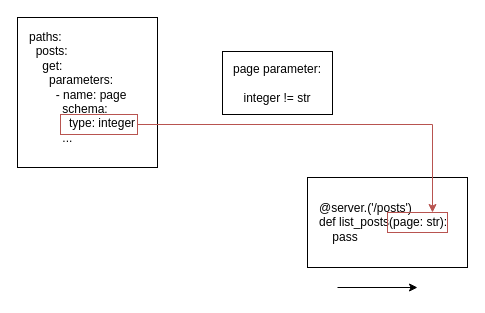
This is page "drift" (1 of 4) of relio.drawio from abunuwas/conferences-images, a draw.io file, before an edit. Source tidied: cells renumbered, new cells numbered last; positions are measured from the earlier drawing's top-left corner, leaving out a move shared by most shapes. Both pictures are drawn from the tidied source at 100%, with x=0, y=0 at pixel (17, 17).
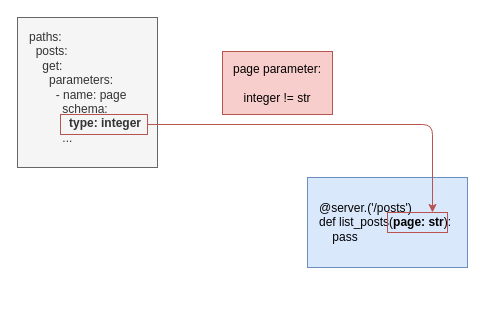
Above is the later version.

Change to the diagram source:
```diff
@@
 <mxGraphModel>
   <root>
     <mxCell id="0" />
     <mxCell id="1" parent="0" />
-    <mxCell id="2" style="rounded=0;whiteSpace=wrap;html=1;" parent="1" vertex="1">
+    <mxCell id="2" style="rounded=0;whiteSpace=wrap;html=1;fillColor=#dae8fc;strokeColor=#6c8ebf;" parent="1" vertex="1">
       <mxGeometry x="290" y="160" width="160" height="90" as="geometry" />
     </mxCell>
-    <mxCell id="3" style="rounded=0;whiteSpace=wrap;html=1;" parent="1" vertex="1">
+    <mxCell id="3" style="rounded=0;whiteSpace=wrap;html=1;fillColor=#f5f5f5;fontColor=#333333;strokeColor=#666666;" parent="1" vertex="1">
       <mxGeometry width="140" height="150" as="geometry" />
     </mxCell>
-    <mxCell id="4" value="@server.('/posts')&lt;br&gt;def list_posts(page: str):&lt;br&gt;&amp;nbsp; &amp;nbsp; pass" style="rounded=0;whiteSpace=wrap;html=1;align=left;strokeColor=none;" parent="1" vertex="1">
+    <mxCell id="4" value="@server.('/posts')&lt;br&gt;def list_posts(&lt;b&gt;page: str&lt;/b&gt;):&lt;br&gt;&amp;nbsp; &amp;nbsp; pass" style="rounded=0;whiteSpace=wrap;html=1;align=left;strokeColor=none;fillColor=#dae8fc;" parent="1" vertex="1">
       <mxGeometry x="300" y="170" width="140" height="70" as="geometry" />
     </mxCell>
-    <mxCell id="5" value="paths:&lt;br&gt;&amp;nbsp; posts:&lt;br&gt;&amp;nbsp; &amp;nbsp; get:&lt;br&gt;&amp;nbsp; &amp;nbsp; &amp;nbsp; parameters:&lt;br&gt;&amp;nbsp; &amp;nbsp; &amp;nbsp; &amp;nbsp; - name: page&lt;br&gt;&amp;nbsp; &amp;nbsp; &amp;nbsp; &amp;nbsp; &amp;nbsp; schema:&lt;br&gt;&amp;nbsp; &amp;nbsp; &amp;nbsp; &amp;nbsp; &amp;nbsp; &amp;nbsp; type: integer&lt;br&gt;&amp;nbsp; &amp;nbsp; &amp;nbsp; &amp;nbsp; &amp;nbsp; ..." style="rounded=0;whiteSpace=wrap;html=1;align=left;strokeColor=none;" parent="1" vertex="1">
-      <mxGeometry x="10" y="10" width="110" height="120" as="geometry" />
+    <mxCell id="5" value="paths:&lt;br&gt;&amp;nbsp; posts:&lt;br&gt;&amp;nbsp; &amp;nbsp; get:&lt;br&gt;&amp;nbsp; &amp;nbsp; &amp;nbsp; parameters:&lt;br&gt;&amp;nbsp; &amp;nbsp; &amp;nbsp; &amp;nbsp; - name: page&lt;br&gt;&amp;nbsp; &amp;nbsp; &amp;nbsp; &amp;nbsp; &amp;nbsp; schema:&lt;br&gt;&lt;b&gt;&amp;nbsp; &amp;nbsp; &amp;nbsp; &amp;nbsp; &amp;nbsp; &amp;nbsp; type: integer&lt;/b&gt;&lt;br&gt;&amp;nbsp; &amp;nbsp; &amp;nbsp; &amp;nbsp; &amp;nbsp; ..." style="rounded=0;whiteSpace=wrap;html=1;align=left;strokeColor=none;fillColor=#f5f5f5;fontColor=#333333;" parent="1" vertex="1">
+      <mxGeometry x="10" y="10" width="120" height="120" as="geometry" />
     </mxCell>
-    <mxCell id="6" style="edgeStyle=orthogonalEdgeStyle;rounded=0;jettySize=auto;html=1;entryX=0.75;entryY=0;entryDx=0;entryDy=0;fillColor=#f8cecc;strokeColor=#b85450;" parent="1" edge="1" source="7" target="8">
+    <mxCell id="6" style="edgeStyle=orthogonalEdgeStyle;rounded=1;jettySize=auto;html=1;entryX=0.75;entryY=0;entryDx=0;entryDy=0;fillColor=#f8cecc;strokeColor=#b85450;" parent="1" edge="1" source="7" target="8">
       <mxGeometry relative="1" as="geometry" />
     </mxCell>
     <mxCell id="7" style="rounded=0;whiteSpace=wrap;html=1;fillColor=none;strokeColor=#b85450;" parent="1" vertex="1">
-      <mxGeometry x="43" y="97" width="77" height="20" as="geometry" />
+      <mxGeometry x="43" y="97" width="87" height="20" as="geometry" />
     </mxCell>
     <mxCell id="8" style="rounded=0;whiteSpace=wrap;html=1;fillColor=none;strokeColor=#b85450;" parent="1" vertex="1">
       <mxGeometry x="370" y="195" width="60" height="20" as="geometry" />
     </mxCell>
-    <mxCell id="9" value="page parameter:&lt;br&gt;&lt;br&gt;integer != str" style="rounded=0;whiteSpace=wrap;html=1;" parent="1" vertex="1">
+    <mxCell id="9" value="page parameter:&lt;br&gt;&lt;br&gt;integer != str" style="rounded=0;whiteSpace=wrap;html=1;fillColor=#f8cecc;strokeColor=#b85450;" parent="1" vertex="1">
       <mxGeometry x="205" y="34" width="110" height="63" as="geometry" />
     </mxCell>
-    <mxCell id="10" style="edgeStyle=none;orthogonalLoop=1;jettySize=auto;html=1;rounded=0;" parent="1" edge="1">
-      <mxGeometry relative="1" as="geometry">
-        <mxPoint x="320" y="270" as="sourcePoint" />
-        <mxPoint x="400" y="270" as="targetPoint" />
-      </mxGeometry>
-    </mxCell>
   </root>
 </mxGraphModel>
```
